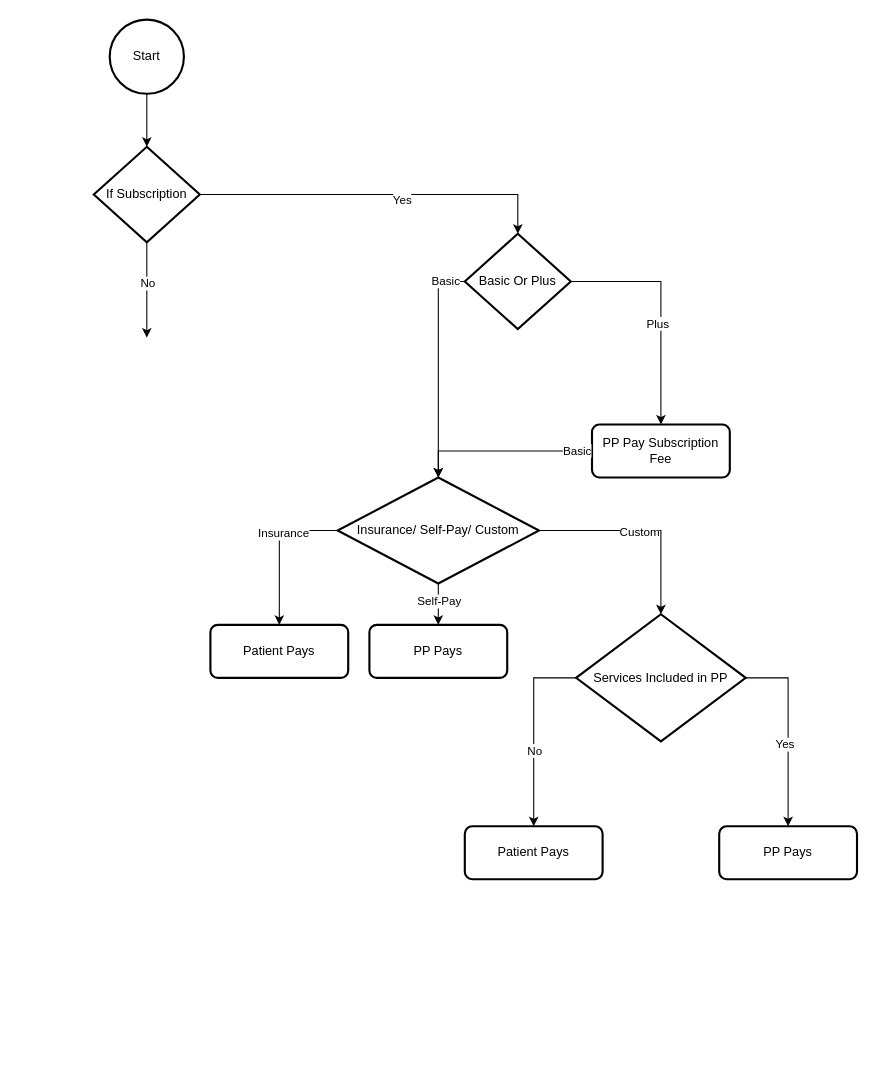
This is PreferedPartnerCharge.drawio from fkbhatti/EHR_Diagrams, a draw.io file, before an edit. Source tidied: cells renumbered, new cells numbered last; positions are measured from the earlier drawing's top-left corner, leaving out a move shared by most shapes. Both pictures are drawn from the tidied source at 106%, with x=0, y=0 at pixel (93, 19).
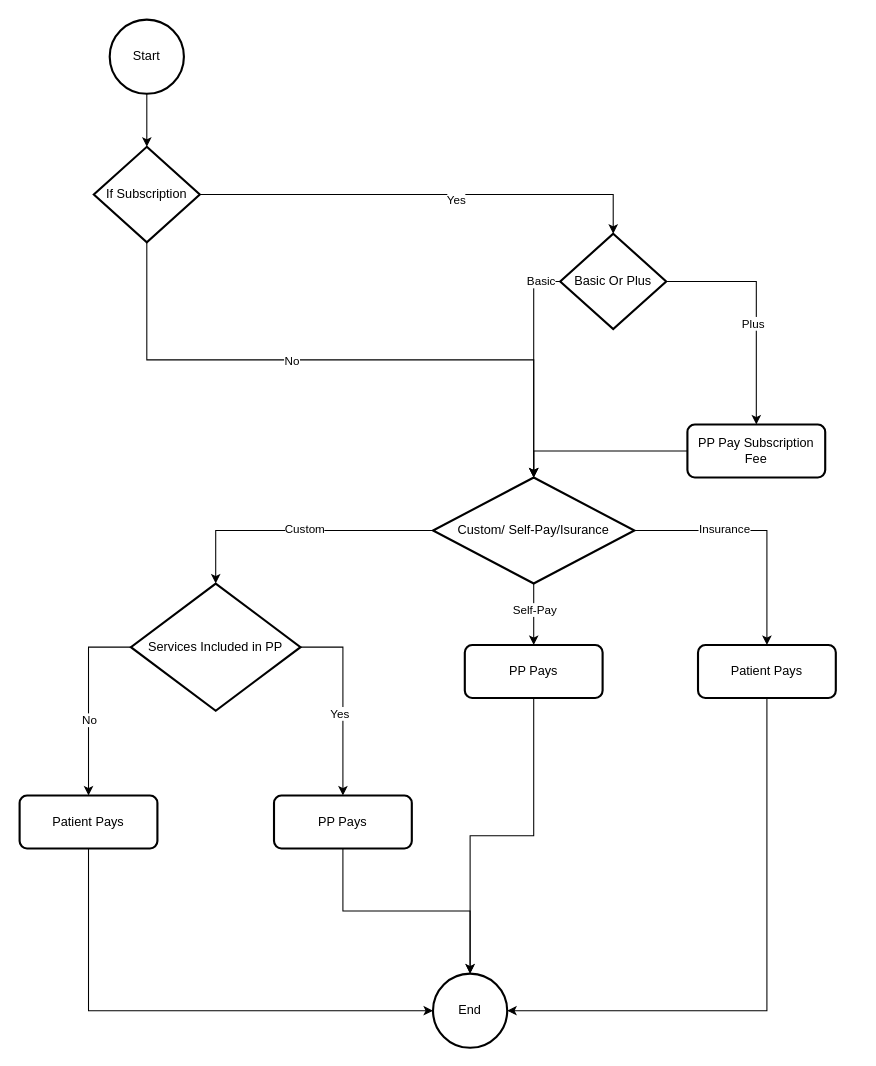
After the change.

The change refers to these unchanged cells:
```xml
<mxCell id="10" value="If Subscription" style="strokeWidth=2;html=1;shape=mxgraph.flowchart.decision;whiteSpace=wrap;" parent="1" vertex="1">
  <mxGeometry y="120" width="100" height="90" as="geometry" />
</mxCell>
<mxCell id="16" style="edgeStyle=orthogonalEdgeStyle;rounded=0;jettySize=auto;html=1;exitX=0;exitY=0.5;exitDx=0;exitDy=0;entryX=0.5;entryY=0;entryDx=0;entryDy=0;entryPerimeter=0;" parent="1" edge="1" source="14" target="15">
  <mxGeometry relative="1" as="geometry" />
</mxCell>
```

Change to the diagram source:
```diff
@@
-    <mxCell id="4" style="edgeStyle=orthogonalEdgeStyle;rounded=0;jettySize=auto;html=1;exitX=0.5;exitY=1;exitDx=0;exitDy=0;exitPerimeter=0;" parent="1" edge="1" source="10">
-      <mxGeometry relative="1" as="geometry">
-        <mxPoint x="50" y="300" as="targetPoint" />
-      </mxGeometry>
+    <mxCell id="4" style="edgeStyle=orthogonalEdgeStyle;rounded=0;jettySize=auto;html=1;exitX=0.5;exitY=1;exitDx=0;exitDy=0;exitPerimeter=0;entryX=0.5;entryY=0;entryDx=0;entryDy=0;entryPerimeter=0;" parent="1" edge="1" source="10" target="15">
+      <mxGeometry relative="1" as="geometry" />
     </mxCell>
@@
     <mxCell id="11" value="Basic Or Plus" style="strokeWidth=2;html=1;shape=mxgraph.flowchart.decision;whiteSpace=wrap;" parent="1" vertex="1">
-      <mxGeometry x="350" y="202" width="100" height="90" as="geometry" />
+      <mxGeometry x="440" y="202" width="100" height="90" as="geometry" />
     </mxCell>
@@
     <mxCell id="14" value="PP Pay Subscription Fee" style="rounded=1;whiteSpace=wrap;html=1;absoluteArcSize=1;arcSize=14;strokeWidth=2;" parent="1" vertex="1">
-      <mxGeometry x="470" y="382" width="130" height="50" as="geometry" />
+      <mxGeometry x="560" y="382" width="130" height="50" as="geometry" />
     </mxCell>
-    <mxCell id="15" value="Insurance/ Self-Pay/ Custom" style="strokeWidth=2;html=1;shape=mxgraph.flowchart.decision;whiteSpace=wrap;" parent="1" vertex="1">
-      <mxGeometry x="230" y="432" width="190" height="100" as="geometry" />
+    <mxCell id="15" value="Custom/ Self-Pay/Isurance" style="strokeWidth=2;html=1;shape=mxgraph.flowchart.decision;whiteSpace=wrap;" parent="1" vertex="1">
+      <mxGeometry x="320" y="432" width="190" height="100" as="geometry" />
     </mxCell>
@@
-    <mxCell id="17" value="Basic" style="edgeLabel;html=1;align=center;verticalAlign=middle;" parent="16" vertex="1">
-      <mxGeometry x="-0.82" y="-1" relative="1" as="geometry" />
-    </mxCell>
     <mxCell id="18" value="PP Pays" style="rounded=1;whiteSpace=wrap;html=1;absoluteArcSize=1;arcSize=14;strokeWidth=2;" parent="1" vertex="1">
-      <mxGeometry x="260" y="571" width="130" height="50" as="geometry" />
+      <mxGeometry x="350" y="590" width="130" height="50" as="geometry" />
     </mxCell>
     <mxCell id="19" value="Patient Pays" style="rounded=1;whiteSpace=wrap;html=1;absoluteArcSize=1;arcSize=14;strokeWidth=2;" parent="1" vertex="1">
-      <mxGeometry x="110" y="571" width="130" height="50" as="geometry" />
+      <mxGeometry x="570" y="590" width="130" height="50" as="geometry" />
     </mxCell>
     <mxCell id="20" value="Services Included in PP" style="strokeWidth=2;html=1;shape=mxgraph.flowchart.decision;whiteSpace=wrap;" parent="1" vertex="1">
-      <mxGeometry x="455" y="561" width="160" height="120" as="geometry" />
+      <mxGeometry x="35" y="532" width="160" height="120" as="geometry" />
     </mxCell>
-    <mxCell id="21" style="edgeStyle=orthogonalEdgeStyle;rounded=0;jettySize=auto;html=1;exitX=0;exitY=0.5;exitDx=0;exitDy=0;exitPerimeter=0;entryX=0.5;entryY=0;entryDx=0;entryDy=0;" parent="1" edge="1" source="15" target="19">
+    <mxCell id="21" style="edgeStyle=orthogonalEdgeStyle;rounded=0;jettySize=auto;html=1;exitX=1;exitY=0.5;exitDx=0;exitDy=0;exitPerimeter=0;entryX=0.5;entryY=0;entryDx=0;entryDy=0;" parent="1" edge="1" source="15" target="19">
       <mxGeometry relative="1" as="geometry" />
     </mxCell>
@@
-    <mxCell id="25" style="edgeStyle=orthogonalEdgeStyle;rounded=0;jettySize=auto;html=1;exitX=1;exitY=0.5;exitDx=0;exitDy=0;exitPerimeter=0;entryX=0.5;entryY=0;entryDx=0;entryDy=0;entryPerimeter=0;" parent="1" edge="1" source="15" target="20">
+    <mxCell id="25" style="edgeStyle=orthogonalEdgeStyle;rounded=0;jettySize=auto;html=1;entryX=0.5;entryY=0;entryDx=0;entryDy=0;entryPerimeter=0;exitX=0;exitY=0.5;exitDx=0;exitDy=0;exitPerimeter=0;" parent="1" edge="1" source="15" target="20">
       <mxGeometry relative="1" as="geometry" />
     </mxCell>
     <mxCell id="26" value="Custom" style="edgeLabel;html=1;align=center;verticalAlign=middle;" parent="25" vertex="1">
-      <mxGeometry x="-0.03" y="-1" relative="1" as="geometry" />
+      <mxGeometry x="-0.04" y="-2" relative="1" as="geometry" />
     </mxCell>
     <mxCell id="27" value="PP Pays" style="rounded=1;whiteSpace=wrap;html=1;absoluteArcSize=1;arcSize=14;strokeWidth=2;" parent="1" vertex="1">
-      <mxGeometry x="590" y="761" width="130" height="50" as="geometry" />
+      <mxGeometry x="170" y="732" width="130" height="50" as="geometry" />
     </mxCell>
     <mxCell id="28" value="Patient Pays" style="rounded=1;whiteSpace=wrap;html=1;absoluteArcSize=1;arcSize=14;strokeWidth=2;" parent="1" vertex="1">
-      <mxGeometry x="350" y="761" width="130" height="50" as="geometry" />
+      <mxGeometry x="-70" y="732" width="130" height="50" as="geometry" />
     </mxCell>
@@
+    <mxCell id="33" value="End" style="strokeWidth=2;html=1;shape=mxgraph.flowchart.start_2;whiteSpace=wrap;" parent="1" vertex="1">
+      <mxGeometry x="320" y="900" width="70" height="70" as="geometry" />
+    </mxCell>
+    <mxCell id="34" style="edgeStyle=orthogonalEdgeStyle;rounded=0;jettySize=auto;html=1;exitX=0.5;exitY=1;exitDx=0;exitDy=0;entryX=0;entryY=0.5;entryDx=0;entryDy=0;entryPerimeter=0;" parent="1" edge="1" source="28" target="33">
+      <mxGeometry relative="1" as="geometry" />
+    </mxCell>
+    <mxCell id="35" style="edgeStyle=orthogonalEdgeStyle;rounded=0;jettySize=auto;html=1;exitX=0.5;exitY=1;exitDx=0;exitDy=0;entryX=0.5;entryY=0;entryDx=0;entryDy=0;entryPerimeter=0;" parent="1" edge="1" source="27" target="33">
+      <mxGeometry relative="1" as="geometry" />
+    </mxCell>
+    <mxCell id="36" style="edgeStyle=orthogonalEdgeStyle;rounded=0;jettySize=auto;html=1;exitX=0.5;exitY=1;exitDx=0;exitDy=0;entryX=0.5;entryY=0;entryDx=0;entryDy=0;entryPerimeter=0;" parent="1" edge="1" source="18" target="33">
+      <mxGeometry relative="1" as="geometry" />
+    </mxCell>
+    <mxCell id="37" style="edgeStyle=orthogonalEdgeStyle;rounded=0;jettySize=auto;html=1;exitX=0.5;exitY=1;exitDx=0;exitDy=0;entryX=1;entryY=0.5;entryDx=0;entryDy=0;entryPerimeter=0;" parent="1" edge="1" source="19" target="33">
+      <mxGeometry relative="1" as="geometry" />
+    </mxCell>
```
